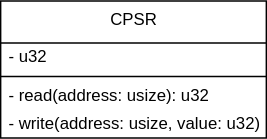
Earlier version of the draw.io export images/class.drawio.svg (kk127/rust-gba). Source tidied: cells renumbered, new cells last; positions are measured from the earlier drawing's top-left corner, leaving out a move shared by most shapes.
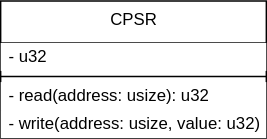
Later version of the same file.

Change to the diagram source:
```diff
@@ -5,16 +5,16 @@
     <mxCell id="2" value="CPSR" style="swimlane;fontStyle=0;align=center;verticalAlign=top;horizontal=1;startSize=30;html=1;" parent="1" vertex="1">
       <mxGeometry width="190" height="98" as="geometry" />
     </mxCell>
-    <mxCell id="3" value="- u32" style="text;html=1;strokeColor=none;fillColor=none;align=left;verticalAlign=middle;spacingLeft=4;spacingRight=4;overflow=hidden;" parent="2" vertex="1">
+    <mxCell id="3" value="- u32" style="text;html=1;strokeColor=none;fillColor=default;align=left;verticalAlign=middle;spacingLeft=4;spacingRight=4;overflow=hidden;" parent="2" vertex="1">
       <mxGeometry y="30" width="190" height="20" as="geometry" />
     </mxCell>
     <mxCell id="4" style="line;strokeWidth=1;fillColor=none;align=left;verticalAlign=middle;spacingTop=-1;spacingLeft=3;spacingRight=3;labelPosition=right;" parent="2" vertex="1">
       <mxGeometry y="50" width="190" height="8" as="geometry" />
     </mxCell>
-    <mxCell id="5" value="- read(address: usize): u32" style="text;html=1;strokeColor=none;fillColor=none;align=left;verticalAlign=middle;spacingLeft=4;spacingRight=4;overflow=hidden;" parent="2" vertex="1">
+    <mxCell id="5" value="- read(address: usize): u32" style="text;html=1;strokeColor=none;fillColor=default;align=left;verticalAlign=middle;spacingLeft=4;spacingRight=4;overflow=hidden;" parent="2" vertex="1">
       <mxGeometry y="58" width="190" height="20" as="geometry" />
     </mxCell>
-    <mxCell id="6" value="- write(address: usize, value: u32)" style="text;html=1;strokeColor=none;fillColor=none;align=left;verticalAlign=middle;spacingLeft=4;spacingRight=4;overflow=hidden;" parent="2" vertex="1">
+    <mxCell id="6" value="- write(address: usize, value: u32)" style="text;html=1;strokeColor=none;fillColor=default;align=left;verticalAlign=middle;spacingLeft=4;spacingRight=4;overflow=hidden;" parent="2" vertex="1">
       <mxGeometry y="78" width="190" height="20" as="geometry" />
     </mxCell>
   </root>
```
